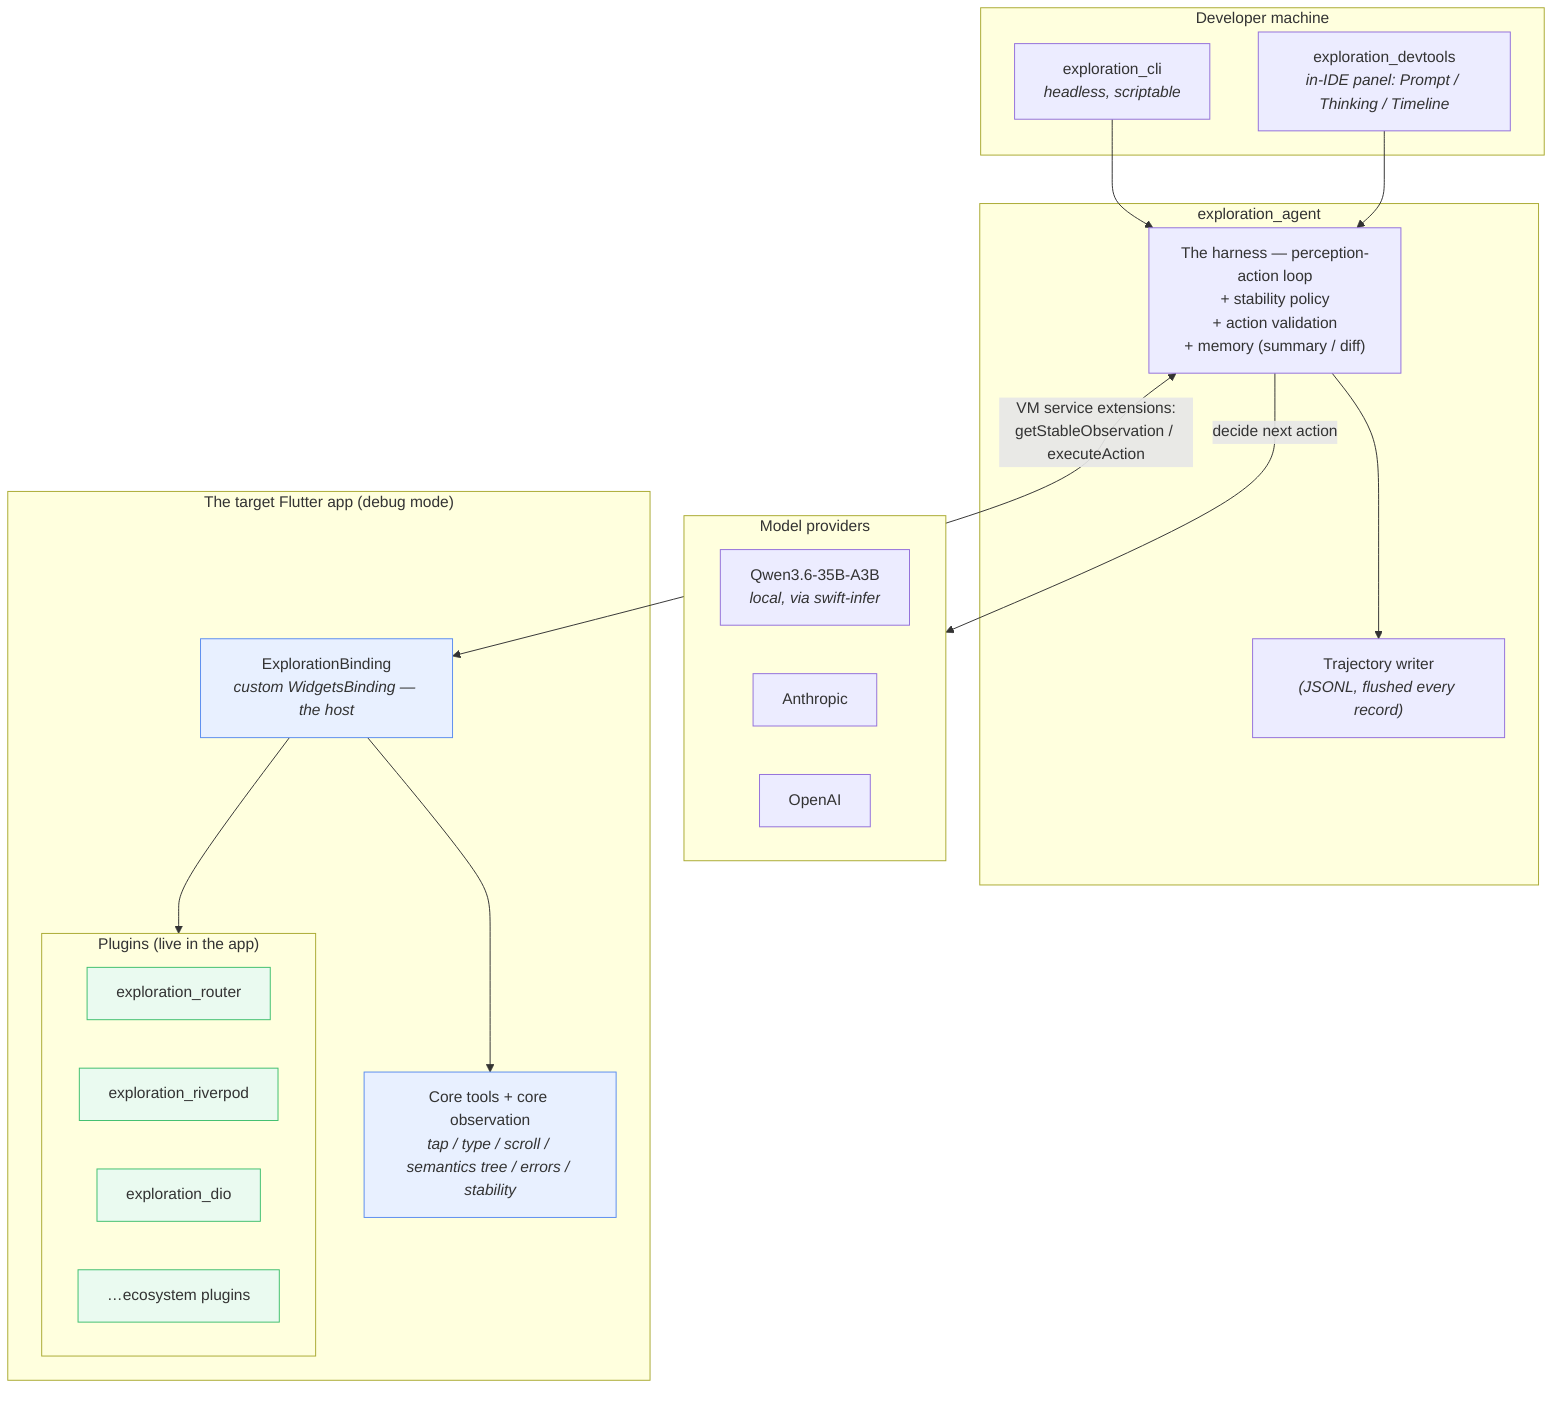
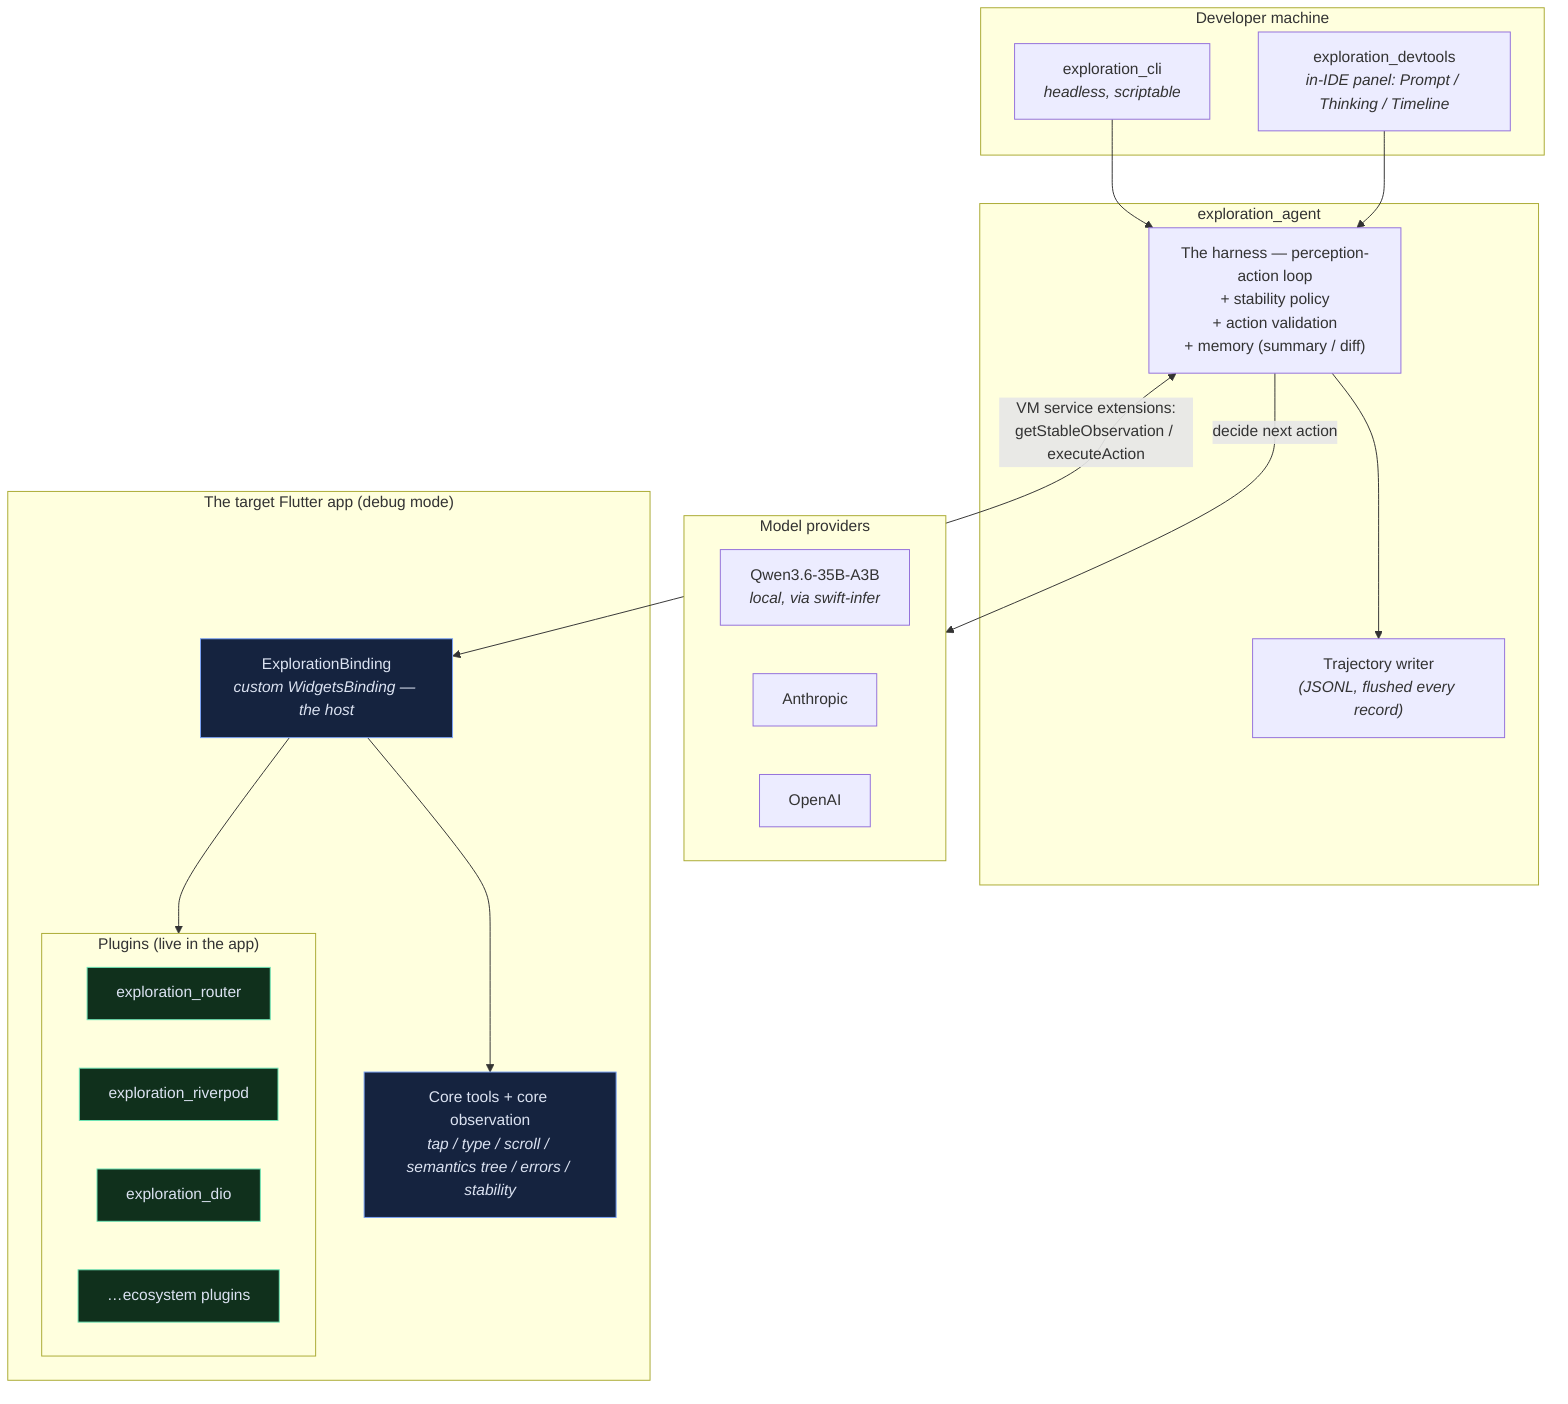
graph TB
    subgraph dev["Developer machine"]
        cli["exploration_cli<br/><i>headless, scriptable</i>"]
        dt["exploration_devtools<br/><i>in-IDE panel: Prompt / Thinking / Timeline</i>"]
    end

    subgraph harness_box["exploration_agent"]
        loop["The harness — perception-action loop<br/>+ stability policy<br/>+ action validation<br/>+ memory (summary / diff)"]
        traj["Trajectory writer<br/><i>(JSONL, flushed every record)</i>"]
        loop --> traj
    end

    subgraph models["Model providers"]
        qwen["Qwen3.6-35B-A3B<br/><i>local, via swift-infer</i>"]
        claude["Anthropic"]
        openai["OpenAI"]
    end

    subgraph app["The target Flutter app (debug mode)"]
        binding["ExplorationBinding<br/><i>custom WidgetsBinding — the host</i>"]
        core["Core tools + core observation<br/><i>tap / type / scroll / semantics tree / errors / stability</i>"]
        subgraph plugins["Plugins (live in the app)"]
            router_p["exploration_router"]
            riverpod_p["exploration_riverpod"]
            dio_p["exploration_dio"]
            more["…ecosystem plugins"]
        end
        binding --> core
        binding --> plugins
    end

    cli --> loop
    dt --> loop
    loop -->|"decide next action"| models
    loop <-->|"VM service extensions:<br/>getStableObservation / executeAction"| binding

-     classDef host fill:#e8f0ff,stroke:#5b8def;
-     classDef plug fill:#eafaf0,stroke:#3fbf6f;
+     classDef host fill:#15233f,stroke:#7aa2f7,color:#dbe2f1;
+     classDef plug fill:#10301c,stroke:#6ee7b7,color:#dbe2f1;
    class binding,core host;
    class router_p,riverpod_p,dio_p,more plug;
